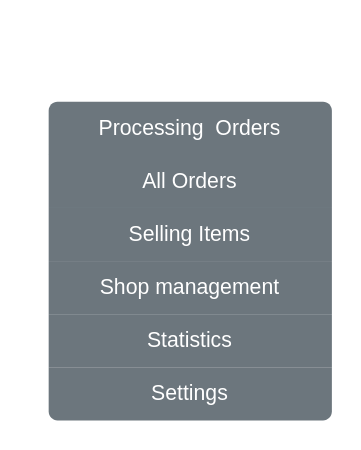
The draw.io diagram farm.drawio in letrthang/design, before the edit. Source tidied: cells renumbered, new cells numbered last; positions are measured from the earlier drawing's top-left corner, leaving out a move shared by most shapes. Both pictures are drawn from the tidied source at 177%, with x=0, y=0 at pixel (48, 101).
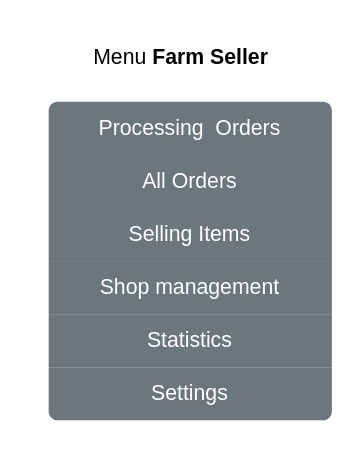
After the change.

Change to the diagram source:
```diff
@@
 <mxGraphModel>
   <root>
     <mxCell id="0" />
     <mxCell id="1" parent="0" />
     <mxCell id="2" style="swimlane;shape=mxgraph.bootstrap.anchor;strokeColor=none;fillColor=#6C767D;fontColor=#ffffff;fontStyle=0;horizontal=1;startSize=0;whiteSpace=wrap;html=1;" parent="1" vertex="1">
       <mxGeometry width="160" height="180" as="geometry" />
     </mxCell>
     <mxCell id="3" value="Processing&amp;nbsp; Orders" style="text;strokeColor=inherit;align=center;verticalAlign=middle;spacingLeft=10;spacingRight=10;overflow=hidden;whiteSpace=wrap;html=1;shape=mxgraph.bootstrap.topButton;rSize=5;fillColor=inherit;fontColor=inherit;" parent="2" vertex="1">
       <mxGeometry width="160" height="30" as="geometry" />
     </mxCell>
     <mxCell id="4" value="All Orders" style="text;strokeColor=inherit;align=center;verticalAlign=middle;spacingLeft=10;spacingRight=10;overflow=hidden;whiteSpace=wrap;html=1;rSize=5;fillColor=inherit;fontColor=inherit;" parent="2" vertex="1">
       <mxGeometry y="30" width="160" height="30" as="geometry" />
     </mxCell>
     <mxCell id="5" value="Selling Items" style="text;strokeColor=inherit;align=center;verticalAlign=middle;spacingLeft=10;spacingRight=10;overflow=hidden;whiteSpace=wrap;html=1;rSize=5;fillColor=inherit;fontColor=inherit;" parent="2" vertex="1">
       <mxGeometry y="60" width="160" height="30" as="geometry" />
     </mxCell>
     <mxCell id="6" value="Shop management" style="text;strokeColor=inherit;align=center;verticalAlign=middle;spacingLeft=10;spacingRight=10;overflow=hidden;whiteSpace=wrap;html=1;rSize=5;fillColor=inherit;fontColor=inherit;" parent="2" vertex="1">
       <mxGeometry y="90" width="160" height="30" as="geometry" />
     </mxCell>
     <mxCell id="7" value="Statistics" style="text;strokeColor=inherit;align=center;verticalAlign=middle;spacingLeft=10;spacingRight=10;overflow=hidden;whiteSpace=wrap;html=1;rSize=5;fillColor=inherit;fontColor=inherit;" parent="2" vertex="1">
       <mxGeometry y="120" width="160" height="30" as="geometry" />
     </mxCell>
     <mxCell id="8" value="Settings" style="text;strokeColor=inherit;align=center;verticalAlign=middle;spacingLeft=10;spacingRight=10;overflow=hidden;whiteSpace=wrap;html=1;shape=mxgraph.bootstrap.bottomButton;rSize=5;fillColor=inherit;fontColor=inherit;" parent="2" vertex="1">
       <mxGeometry y="150" width="160" height="30" as="geometry" />
     </mxCell>
+    <mxCell id="9" value="Menu &lt;b&gt;Farm Seller&lt;/b&gt;" style="text;html=1;align=center;verticalAlign=middle;whiteSpace=wrap;rounded=0;" parent="1" vertex="1">
+      <mxGeometry x="-10" y="-40" width="170" height="30" as="geometry" />
+    </mxCell>
   </root>
 </mxGraphModel>
```
